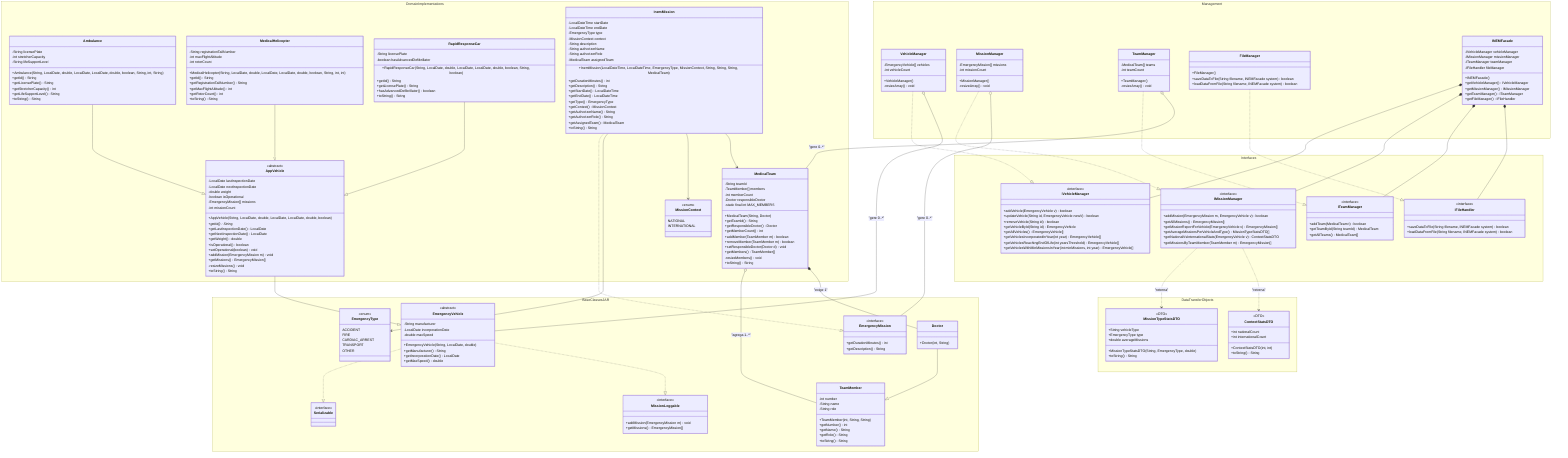
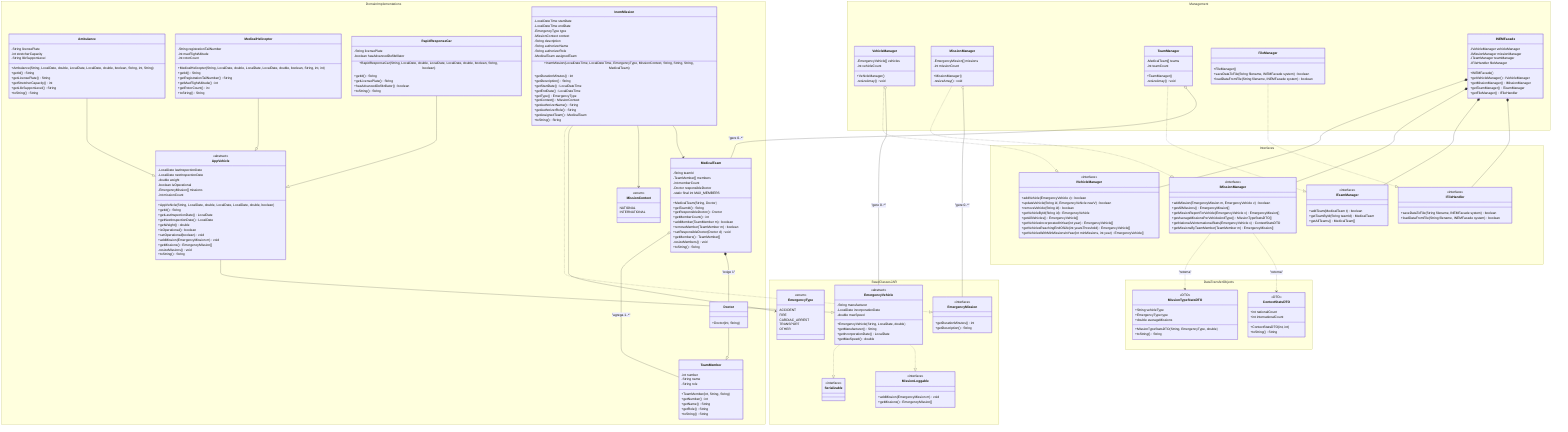
classDiagram
    direction TB

    namespace BaseClassesJAR {
        class EmergencyVehicle {
            <<abstract>>
            -String manufacturer
            -LocalDate incorporationDate
            -double maxSpeed
            +EmergencyVehicle(String, LocalDate, double)
            +getManufacturer() String
            +getIncorporationDate() LocalDate
            +getMaxSpeed() double
        }

        class EmergencyMission {
            <<interface>>
            +getDurationMinutes() int
            +getDescription() String
        }

        class MissionLoggable {
            <<interface>>
            +addMission(EmergencyMission m) void
            +getMissions() EmergencyMission[]
        }

+         class EmergencyType {
+             <<enum>>
+             ACCIDENT
+             FIRE
+             CARDIAC_ARREST
+             TRANSPORT
+             OTHER
+         }
+ 
+         class Serializable {
+             <<interface>>
+         }
+     }
+ 
+     namespace DomainImplementations {
+ 
        class TeamMember {
            -int number
            -String name
            -String role
            +TeamMember(int, String, String)
            +getNumber() int
            +getName() String
            +getRole() String
            +toString() String
        }

        class Doctor {
            +Doctor(int, String)
        }
- 
-         class EmergencyType {
-             <<enum>>
-             ACCIDENT
-             FIRE
-             CARDIAC_ARREST
-             TRANSPORT
-             OTHER
-         }
- 
-         class Serializable {
-             <<interface>>
-         }
-     }
- 
-     namespace DomainImplementations {

        class MissionContext {
            <<enum>>
            NATIONAL
            INTERNATIONAL
        }

        class AppVehicle {
            <<abstract>>
            -LocalDate lastInspectionDate
            -LocalDate nextInspectionDate
            -double weight
            -boolean isOperational
            -EmergencyMission[] missions
            -int missionCount
            +AppVehicle(String, LocalDate, double, LocalDate, LocalDate, double, boolean)
-             +getId() String*
+             +getId() String
            +getLastInspectionDate() LocalDate
            +getNextInspectionDate() LocalDate
            +getWeight() double
            +isOperational() boolean
            +setOperational(boolean) void
            +addMission(EmergencyMission m) void
            +getMissions() EmergencyMission[]
            -resizeMissions() void
            +toString() String
        }

        class Ambulance {
            -String licensePlate
            -int stretcherCapacity
            -String lifeSupportLevel
            +Ambulance(String, LocalDate, double, LocalDate, LocalDate, double, boolean, String, int, String)
            +getId() String
            +getLicensePlate() String
            +getStretcherCapacity() int
            +getLifeSupportLevel() String
            +toString() String
        }

        class MedicalHelicopter {
            -String registrationTailNumber
            -int maxFlightAltitude
            -int rotorCount
            +MedicalHelicopter(String, LocalDate, double, LocalDate, LocalDate, double, boolean, String, int, int)
            +getId() String
            +getRegistrationTailNumber() String
            +getMaxFlightAltitude() int
            +getRotorCount() int
            +toString() String
        }

        class RapidResponseCar {
            -String licensePlate
            -boolean hasAdvancedDefibrillator
            +RapidResponseCar(String, LocalDate, double, LocalDate, LocalDate, double, boolean, String, boolean)
            +getId() String
            +getLicensePlate() String
            +hasAdvancedDefibrillator() boolean
            +toString() String
        }

        class InemMission {
            -LocalDateTime startDate
            -LocalDateTime endDate
            -EmergencyType type
            -MissionContext context
            -String description
            -String authorizerName
            -String authorizerRole
            -MedicalTeam assignedTeam
            +InemMission(LocalDateTime, LocalDateTime, EmergencyType, MissionContext, String, String, String, MedicalTeam)
            +getDurationMinutes() int
            +getDescription() String
            +getStartDate() LocalDateTime
            +getEndDate() LocalDateTime
            +getType() EmergencyType
            +getContext() MissionContext
            +getAuthorizerName() String
            +getAuthorizerRole() String
            +getAssignedTeam() MedicalTeam
            +toString() String
        }

        class MedicalTeam {
            -String teamId
            -TeamMember[] members
            -int memberCount
            -Doctor responsibleDoctor
            -static final int MAX_MEMBERS
            +MedicalTeam(String, Doctor)
            +getTeamId() String
            +getResponsibleDoctor() Doctor
            +getMemberCount() int
            +addMember(TeamMember m) boolean
            +removeMember(TeamMember m) boolean
            +setResponsibleDoctor(Doctor d) void
            +getMembers() TeamMember[]
            -resizeMembers() void
            +toString() String
        }
    }

    namespace DataTransferObjects {
        class MissionTypeStatsDTO {
            <<DTO>>
            +String vehicleType
            +EmergencyType type
            +double averageMissions
            +MissionTypeStatsDTO(String, EmergencyType, double)
            +toString() String
        }

        class ContextStatsDTO {
            <<DTO>>
            +int nationalCount
            +int internationalCount
            +ContextStatsDTO(int, int)
            +toString() String
        }
    }

    namespace Interfaces {
        class IVehicleManager {
            <<interface>>
            +addVehicle(EmergencyVehicle v) boolean
            +updateVehicle(String id, EmergencyVehicle newV) boolean
            +removeVehicle(String id) boolean
            +getVehicleById(String id) EmergencyVehicle
            +getAllVehicles() EmergencyVehicle[]
            +getVehiclesIncorporatedInYear(int year) EmergencyVehicle[]
            +getVehiclesReachingEndOfLife(int yearsThreshold) EmergencyVehicle[]
            +getVehiclesWithMinMissionsInYear(int minMissions, int year) EmergencyVehicle[]
        }

        class IMissionManager {
            <<interface>>
            +addMission(EmergencyMission m, EmergencyVehicle v) boolean
            +getAllMissions() EmergencyMission[]
            +getMissionReportForVehicle(EmergencyVehicle v) EmergencyMission[]
            +getAverageMissionsPerVehicleAndType() MissionTypeStatsDTO[]
            +getNationalVsInternationalStats(EmergencyVehicle v) ContextStatsDTO
            +getMissionsByTeamMember(TeamMember m) EmergencyMission[]
        }

        class ITeamManager {
            <<interface>>
            +addTeam(MedicalTeam t) boolean
            +getTeamById(String teamId) MedicalTeam
            +getAllTeams() MedicalTeam[]
        }

        class IFileHandler {
            <<interface>>
            +saveDataToFile(String filename, INEMFacade system) boolean
            +loadDataFromFile(String filename, INEMFacade system) boolean
        }
    }

    namespace Management {
        class VehicleManager {
            -EmergencyVehicle[] vehicles
            -int vehicleCount
            +VehicleManager()
            -resizeArray() void
        }

        class MissionManager {
            -EmergencyMission[] missions
            -int missionCount
            +MissionManager()
            -resizeArray() void
        }

        class TeamManager {
            -MedicalTeam[] teams
            -int teamCount
            +TeamManager()
            -resizeArray() void
        }

        class FileManager {
            +FileManager()
            +saveDataToFile(String filename, INEMFacade system) boolean
            +loadDataFromFile(String filename, INEMFacade system) boolean
        }

        class INEMFacade {
            -IVehicleManager vehicleManager
            -IMissionManager missionManager
            -ITeamManager teamManager
            -IFileHandler fileManager
            +INEMFacade()
            +getVehicleManager() IVehicleManager
            +getMissionManager() IMissionManager
            +getTeamManager() ITeamManager
            +getFileManager() IFileHandler
        }
    }

    EmergencyVehicle ..|> Serializable
    EmergencyVehicle ..|> MissionLoggable
+ 
    Doctor --|> TeamMember

    AppVehicle --|> EmergencyVehicle
    Ambulance --|> AppVehicle
    MedicalHelicopter --|> AppVehicle
    RapidResponseCar --|> AppVehicle

    InemMission ..|> EmergencyMission

    VehicleManager ..|> IVehicleManager
    MissionManager ..|> IMissionManager
    TeamManager ..|> ITeamManager
    FileManager ..|> IFileHandler

    MedicalTeam o-- TeamMember : "agrega 1..*"
    MedicalTeam *-- Doctor : "exige 1"
    InemMission --> EmergencyType
    InemMission --> MissionContext
    InemMission --> MedicalTeam

    INEMFacade *-- IVehicleManager
    INEMFacade *-- IMissionManager
    INEMFacade *-- ITeamManager
    INEMFacade *-- IFileHandler

    VehicleManager o-- EmergencyVehicle : "gere 0..*"
    MissionManager o-- EmergencyMission : "gere 0..*"
    TeamManager o-- MedicalTeam : "gere 0..*"

    IMissionManager ..> MissionTypeStatsDTO : "retorna"
    IMissionManager ..> ContextStatsDTO : "retorna"